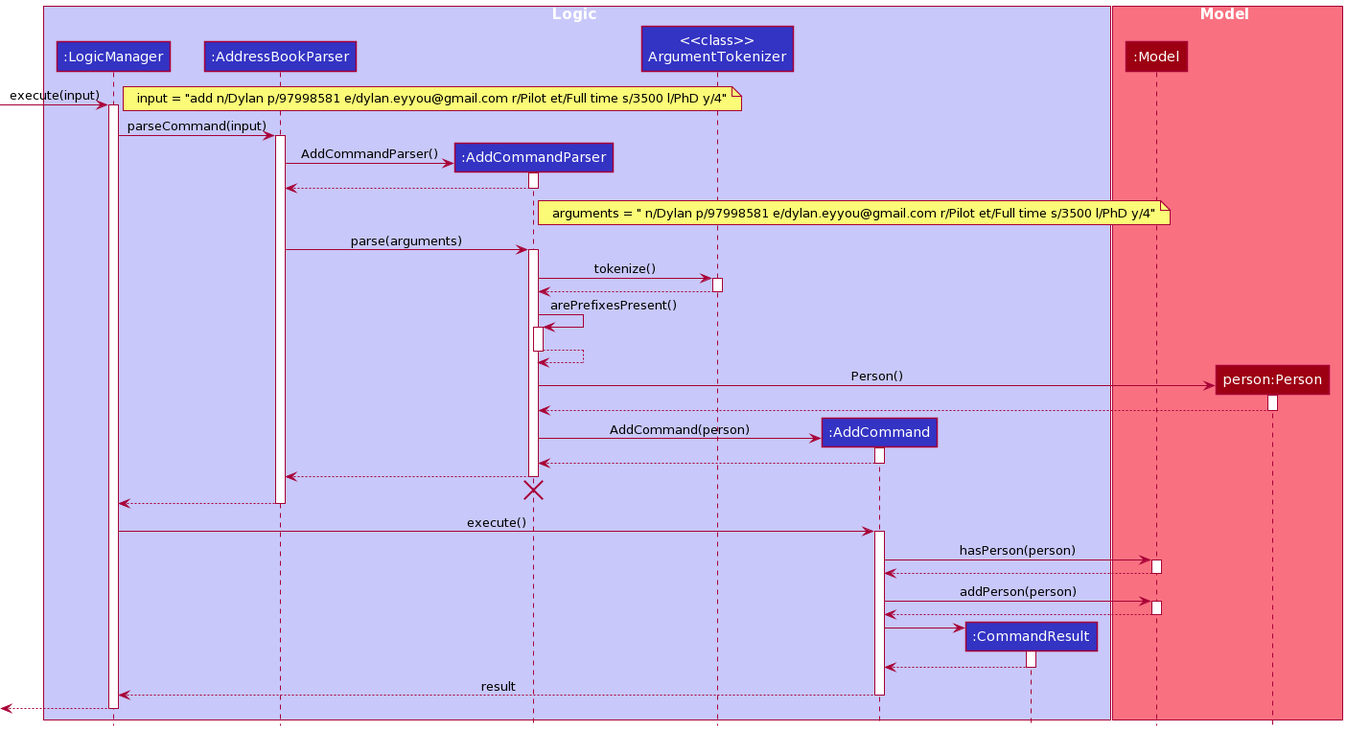
This is docs/images/AddCommandSequenceDiagram.png from nus-cs2103-AY2122S1/tp, a PlantUML export, as it was before one commit.
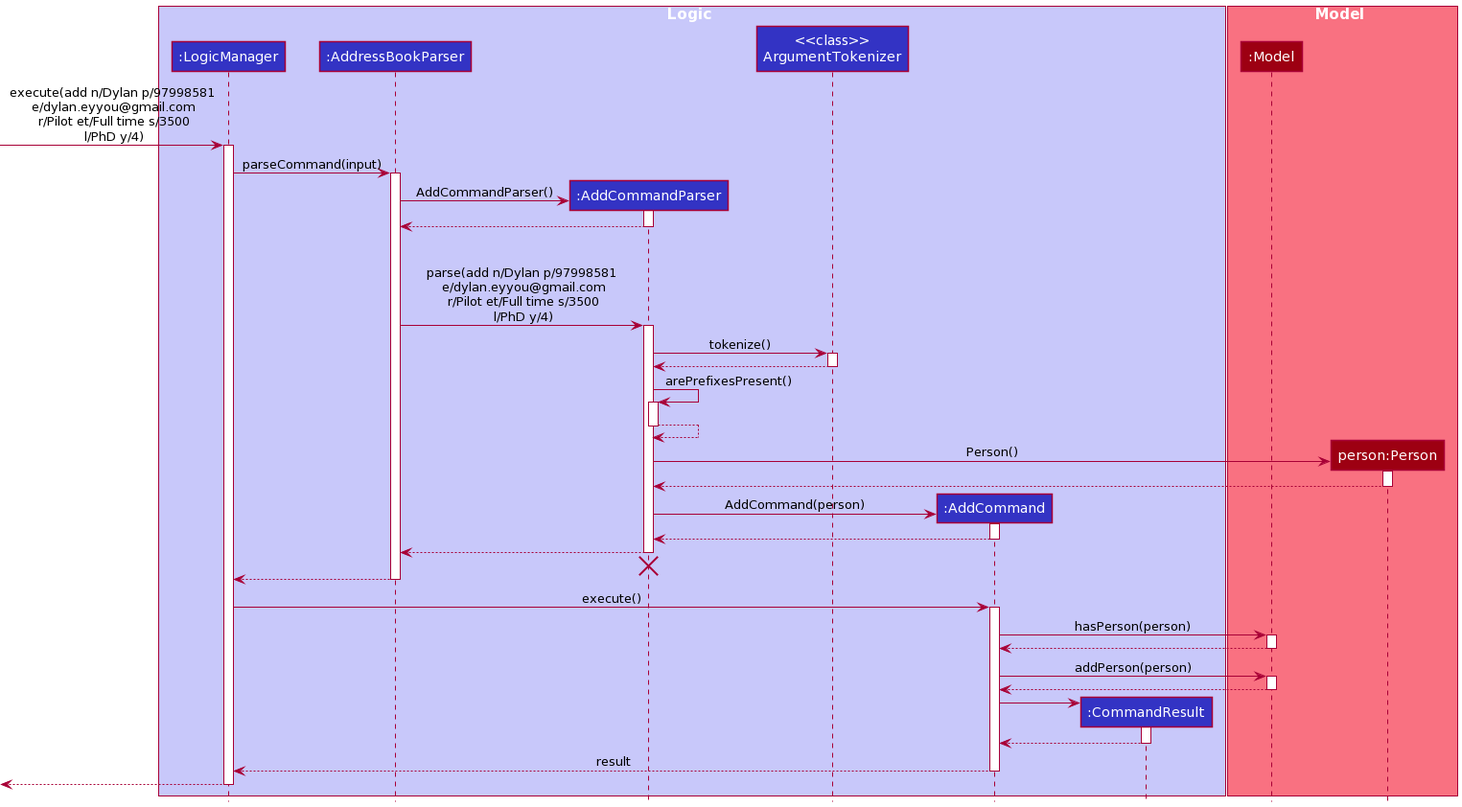
Above is the later version.

Commit message:
Change Add and Edit diagrams and add Show Command design considerations

Diff of the diagram source:
```diff
@@ -1,4 +1,28 @@
 @startuml
+!define UI_COLOR #1D8900
+!define UI_COLOR_T1 #83E769
+!define UI_COLOR_T2 #3FC71B
+!define UI_COLOR_T3 #166800
+!define UI_COLOR_T4 #0E4100
+
+!define LOGIC_COLOR #3333C4
+!define LOGIC_COLOR_T1 #C8C8FA
+!define LOGIC_COLOR_T2 #6A6ADC
+!define LOGIC_COLOR_T3 #1616B0
+!define LOGIC_COLOR_T4 #101086
+
+!define MODEL_COLOR #9D0012
+!define MODEL_COLOR_T1 #F97181
+!define MODEL_COLOR_T2 #E41F36
+!define MODEL_COLOR_T3 #7B000E
+!define MODEL_COLOR_T4 #51000A
+
+!define STORAGE_COLOR #A38300
+!define STORAGE_COLOR_T1 #FFE374
+!define STORAGE_COLOR_T2 #EDC520
+!define STORAGE_COLOR_T3 #806600
+!define STORAGE_COLOR_T2 #544400
+
 !define USER_COLOR #000000
 
 skinparam BackgroundColor #FFFFFFF
@@ -42,23 +66,22 @@
 hide members
 hide circle
 
-box Logic #C8C8FA
-participant ":LogicManager" as LogicManager #3333C4
-participant ":AddressBookParser" as AddressBookParser #3333C4
-participant ":AddCommandParser" as AddCommandParser #3333C4
-participant "<<class>>\nArgumentTokenizer" as ArgumentTokenizer #3333C4
-participant ":AddCommand" as AddCommand #3333C4
-participant ":CommandResult" as CommandResult #3333C4
+box Logic LOGIC_COLOR_T1
+participant ":LogicManager" as LogicManager LOGIC_COLOR
+participant ":AddressBookParser" as AddressBookParser LOGIC_COLOR
+participant ":AddCommandParser" as AddCommandParser LOGIC_COLOR
+participant "<<class>>\nArgumentTokenizer" as ArgumentTokenizer LOGIC_COLOR
+participant ":AddCommand" as AddCommand LOGIC_COLOR
+participant ":CommandResult" as CommandResult LOGIC_COLOR
 end box
 
-box Model #F97181
-participant ":Model" as Model #9D0012
-participant "person:Person" as Person #9D0012
+box Model MODEL_COLOR_T1
+participant ":Model" as Model MODEL_COLOR
+participant "person:Person" as Person MODEL_COLOR
 end box
 
-[-> LogicManager : execute(input)
+[-> LogicManager : execute(add n/Dylan p/97998581\n e/dylan.eyyou@gmail.com\n r/Pilot et/Full time s/3500\n l/PhD y/4)
 activate LogicManager
-note left: input = "add n/Dylan p/97998581 e/dylan.eyyou@gmail.com r/Pilot et/Full time s/3500 l/PhD y/4"
 
 LogicManager -> AddressBookParser : parseCommand(input)
 activate AddressBookParser
@@ -71,9 +94,8 @@
 deactivate AddCommandParser
 
 AddCommandParser -[hidden]-> AddressBookParser: BUFFER_MESSAGE
-note right: arguments = " n/Dylan p/97998581 e/dylan.eyyou@gmail.com r/Pilot et/Full time s/3500 l/PhD y/4"
 
-AddressBookParser -> AddCommandParser : parse(arguments)
+AddressBookParser -> AddCommandParser : parse(add n/Dylan p/97998581\n e/dylan.eyyou@gmail.com\n r/Pilot et/Full time s/3500\n l/PhD y/4)
 activate AddCommandParser
 
 AddCommandParser -> ArgumentTokenizer : tokenize()
```
